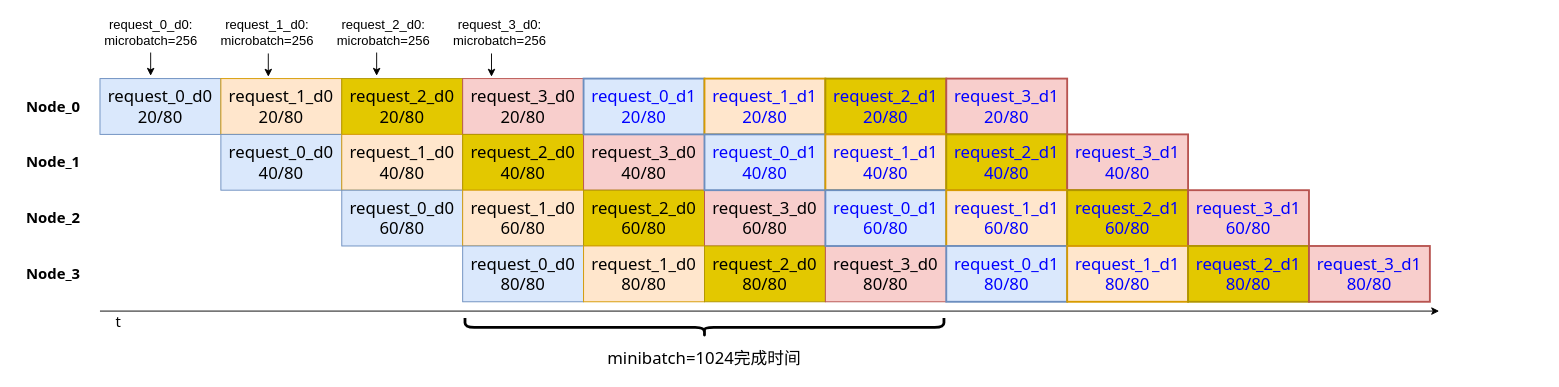
The draw.io diagram moe-parallel.drawio in mindtoken/draw, before the edit. Source tidied: cells renumbered, new cells numbered last; positions are measured from the earlier drawing's top-left corner, leaving out a move shared by most shapes. Both pictures are drawn from the tidied source at 93%, with x=0, y=0 at pixel (16, 18).
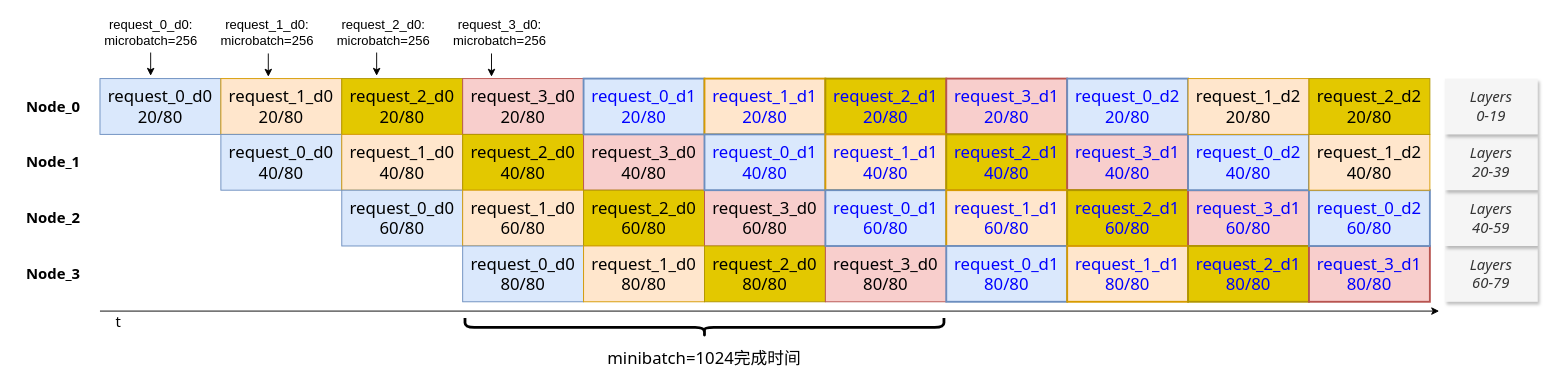
After the change.

Diff of the diagram source:
```diff
@@
+    <mxCell id="50" value="&lt;font style=&quot;font-size: 16px;&quot; face=&quot;Tahoma&quot;&gt;&lt;i&gt;Layers&lt;/i&gt;&lt;/font&gt;&lt;div&gt;&lt;font style=&quot;font-size: 16px;&quot; face=&quot;Tahoma&quot;&gt;&lt;i&gt;60-79&lt;/i&gt;&lt;/font&gt;&lt;/div&gt;" style="rounded=0;whiteSpace=wrap;html=1;fillColor=#f5f5f5;fontColor=#333333;strokeColor=none;shadow=1;" parent="1" vertex="1">
+      <mxGeometry x="1536" y="245" width="100" height="60" as="geometry" />
+    </mxCell>
+    <mxCell id="51" value="&lt;font style=&quot;font-size: 16px;&quot; face=&quot;Tahoma&quot;&gt;&lt;i&gt;Layers&lt;/i&gt;&lt;/font&gt;&lt;div&gt;&lt;font style=&quot;font-size: 16px;&quot; face=&quot;Tahoma&quot;&gt;&lt;i&gt;40-59&lt;/i&gt;&lt;/font&gt;&lt;/div&gt;" style="rounded=0;whiteSpace=wrap;html=1;fillColor=#f5f5f5;fontColor=#333333;strokeColor=none;shadow=1;" parent="1" vertex="1">
+      <mxGeometry x="1536" y="185" width="100" height="60" as="geometry" />
+    </mxCell>
+    <mxCell id="52" value="&lt;font style=&quot;font-size: 16px;&quot; face=&quot;Tahoma&quot;&gt;&lt;i&gt;Layers&lt;/i&gt;&lt;/font&gt;&lt;div&gt;&lt;font style=&quot;font-size: 16px;&quot; face=&quot;Tahoma&quot;&gt;&lt;i&gt;20-39&lt;/i&gt;&lt;/font&gt;&lt;/div&gt;" style="rounded=0;whiteSpace=wrap;html=1;fillColor=#f5f5f5;fontColor=#333333;strokeColor=none;shadow=1;" parent="1" vertex="1">
+      <mxGeometry x="1536" y="125" width="100" height="60" as="geometry" />
+    </mxCell>
+    <mxCell id="53" value="&lt;font face=&quot;Tahoma&quot; style=&quot;font-size: 16px;&quot;&gt;&lt;i&gt;Layers&lt;/i&gt;&lt;/font&gt;&lt;div&gt;&lt;font face=&quot;Tahoma&quot; style=&quot;font-size: 16px;&quot;&gt;&lt;i&gt;0-19&lt;/i&gt;&lt;/font&gt;&lt;/div&gt;" style="rounded=0;whiteSpace=wrap;html=1;fillColor=#f5f5f5;fontColor=#333333;strokeColor=none;shadow=1;" parent="1" vertex="1">
+      <mxGeometry x="1536" y="65" width="100" height="60" as="geometry" />
+    </mxCell>
+    <mxCell id="54" value="&lt;span&gt;request_0_d2&lt;/span&gt;&lt;div&gt;&lt;span&gt;20/80&lt;/span&gt;&lt;/div&gt;" style="rounded=0;whiteSpace=wrap;html=1;fillColor=#dae8fc;strokeColor=#6c8ebf;strokeWidth=2;fontFamily=Tahoma;fontColor=#0000FF;fontSize=18;" parent="1" vertex="1">
+      <mxGeometry x="1130" y="65" width="130" height="60" as="geometry" />
+    </mxCell>
+    <mxCell id="55" value="&lt;span&gt;request_0_d2&lt;/span&gt;&lt;div&gt;&lt;span&gt;40/80&lt;/span&gt;&lt;/div&gt;" style="rounded=0;whiteSpace=wrap;html=1;fillColor=#dae8fc;strokeColor=#6c8ebf;strokeWidth=2;fontFamily=Tahoma;fontColor=#0000FF;fontSize=18;" parent="1" vertex="1">
+      <mxGeometry x="1260" y="125" width="130" height="60" as="geometry" />
+    </mxCell>
+    <mxCell id="56" value="&lt;span&gt;request_0_d2&lt;/span&gt;&lt;div&gt;&lt;span&gt;60/80&lt;/span&gt;&lt;/div&gt;" style="rounded=0;whiteSpace=wrap;html=1;fillColor=#dae8fc;strokeColor=#6c8ebf;strokeWidth=2;fontFamily=Tahoma;fontColor=#0000FF;fontSize=18;" parent="1" vertex="1">
+      <mxGeometry x="1390" y="185" width="130" height="60" as="geometry" />
+    </mxCell>
+    <mxCell id="57" value="&lt;span&gt;request_1_d2&lt;/span&gt;&lt;div&gt;&lt;span&gt;20/80&lt;/span&gt;&lt;/div&gt;" style="rounded=0;whiteSpace=wrap;html=1;fillColor=#ffe6cc;strokeColor=#d79b00;fontFamily=Tahoma;fontSize=18;" parent="1" vertex="1">
+      <mxGeometry x="1260" y="65" width="130" height="60" as="geometry" />
+    </mxCell>
+    <mxCell id="58" value="&lt;span&gt;request_1_d2&lt;/span&gt;&lt;div&gt;&lt;span&gt;40/80&lt;/span&gt;&lt;/div&gt;" style="rounded=0;whiteSpace=wrap;html=1;fillColor=#ffe6cc;strokeColor=#d79b00;fontFamily=Tahoma;fontSize=18;" parent="1" vertex="1">
+      <mxGeometry x="1390" y="125" width="130" height="60" as="geometry" />
+    </mxCell>
+    <mxCell id="59" value="&lt;span&gt;request_2_d2&lt;/span&gt;&lt;div&gt;&lt;span&gt;20/80&lt;/span&gt;&lt;/div&gt;" style="rounded=0;whiteSpace=wrap;html=1;fillColor=#e3c800;strokeColor=#B09500;fontColor=#000000;fontFamily=Tahoma;fontSize=18;" parent="1" vertex="1">
+      <mxGeometry x="1390" y="65" width="130" height="60" as="geometry" />
+    </mxCell>
```
